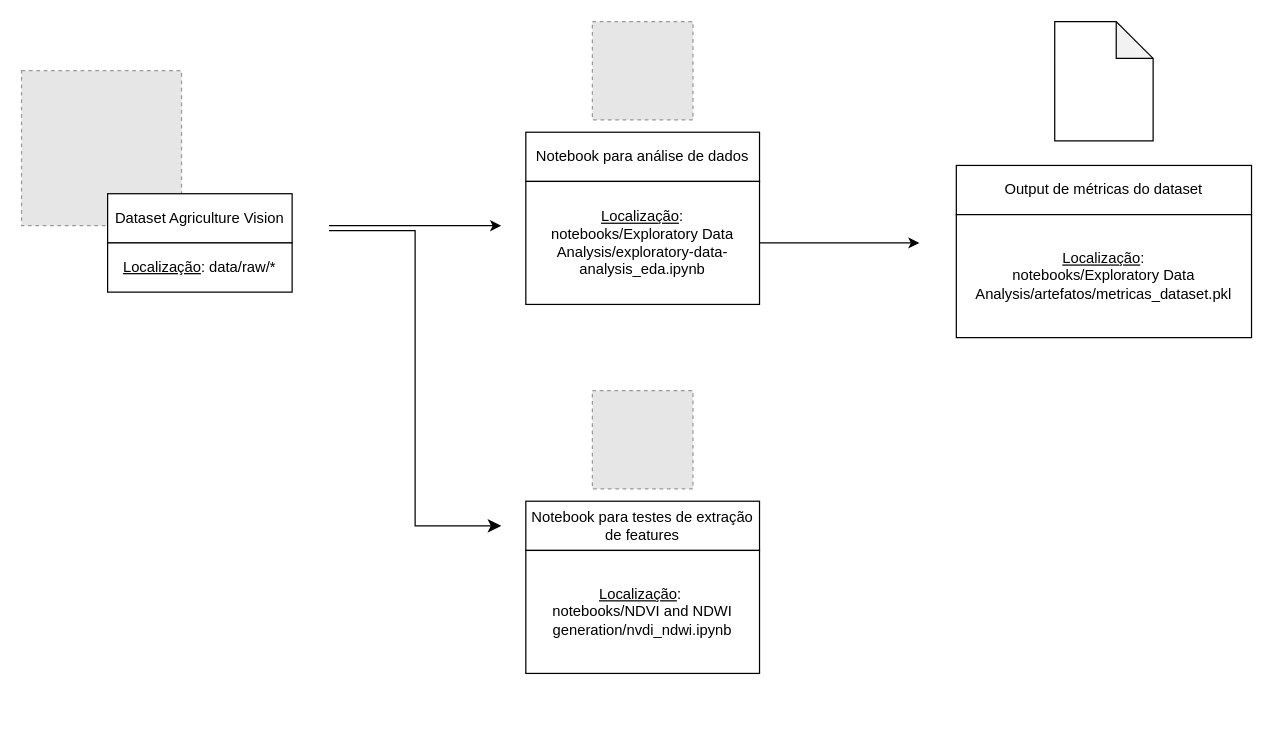
Earlier version of the draw.io diagram projetos/Multiespectral Agrícola/assets/Diagrama_Projeto.drawio (Disciplinas-FEEC/IA901-2026S1). Source tidied: cells renumbered, new cells numbered last; positions are measured from the earlier drawing's top-left corner, leaving out a move shared by most shapes. Both pictures are drawn from the tidied source at 123%, with x=0, y=0 at pixel (21, 21). Pictures stored in the file or linked from it are replaced by grey dashed boxes.
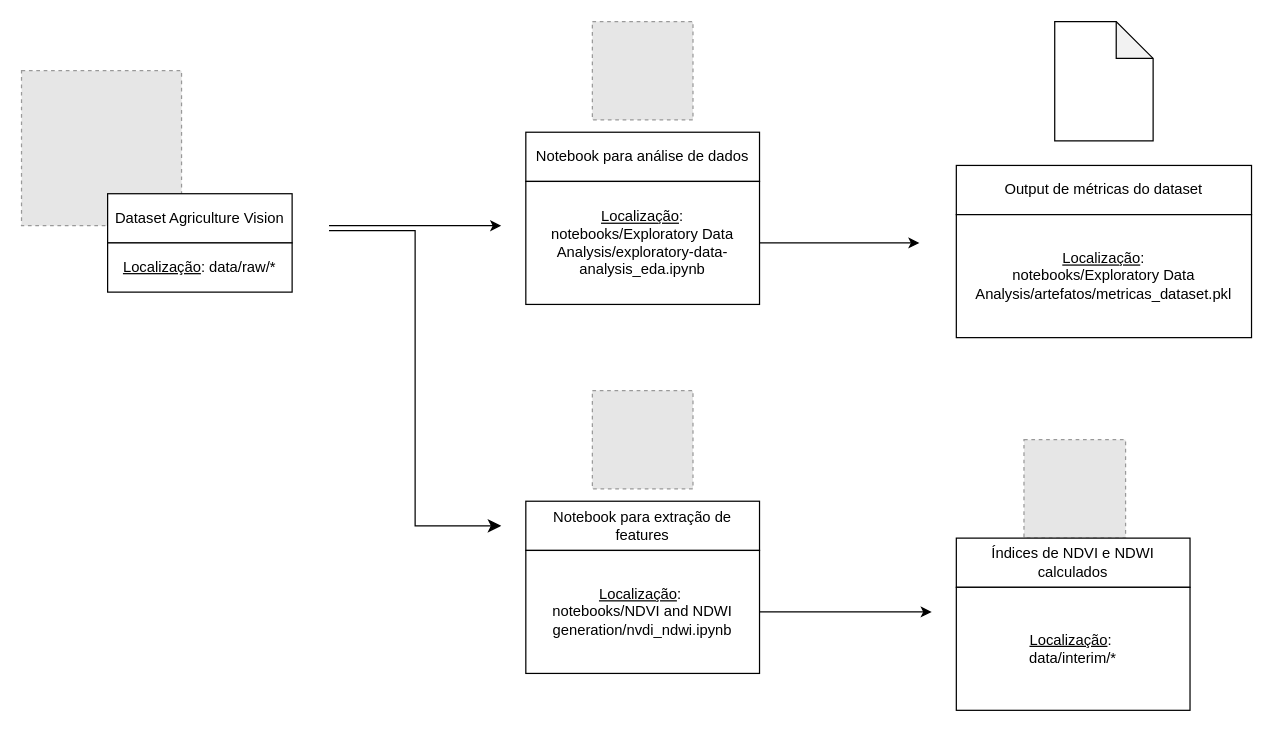
Above is the later version.

Unchanged cells that the change refers to:
```xml
<mxCell id="12" value="&lt;u&gt;Localização&lt;/u&gt;:&amp;nbsp;&lt;div&gt;notebooks/NDVI and NDWI generation/nvdi_ndwi.ipynb&lt;/div&gt;" style="rounded=0;whiteSpace=wrap;html=1;" parent="1" vertex="1">
  <mxGeometry x="410" y="430" width="190" height="100" as="geometry" />
</mxCell>
```

Change to the diagram source:
```diff
@@
-    <mxCell id="11" value="Notebook para testes de extração de features" style="rounded=0;whiteSpace=wrap;html=1;" parent="1" vertex="1">
+    <mxCell id="11" value="Notebook para extração de features" style="rounded=0;whiteSpace=wrap;html=1;" parent="1" vertex="1">
       <mxGeometry x="410" y="390" width="190" height="40" as="geometry" />
     </mxCell>
@@
+    <mxCell id="17" style="endArrow=classic;html=1;exitX=1;exitY=0.5;exitDx=0;exitDy=0;" parent="1" edge="1" source="12">
+      <mxGeometry relative="1" as="geometry">
+        <mxPoint x="740" y="480" as="targetPoint" />
+        <Array as="points">
+          <mxPoint x="680" y="480" />
+        </Array>
+      </mxGeometry>
+    </mxCell>
+    <mxCell id="18" style="fillColor=#E6E6E6;strokeColor=#999999;dashed=1;verticalLabelPosition=bottom;labelBackgroundColor=default;verticalAlign=top;" parent="1" vertex="1">
+      <mxGeometry x="815" y="340" width="82.6" height="80" as="geometry" />
+    </mxCell>
+    <mxCell id="19" value="Índices de NDVI e NDWI calculados" style="rounded=0;whiteSpace=wrap;html=1;" parent="1" vertex="1">
+      <mxGeometry x="760" y="420" width="190" height="40" as="geometry" />
+    </mxCell>
+    <mxCell id="20" value="&lt;u&gt;Localização&lt;/u&gt;:&amp;nbsp;&lt;div&gt;data/interim/*&lt;/div&gt;" style="rounded=0;whiteSpace=wrap;html=1;" parent="1" vertex="1">
+      <mxGeometry x="760" y="460" width="190" height="100" as="geometry" />
+    </mxCell>
```
